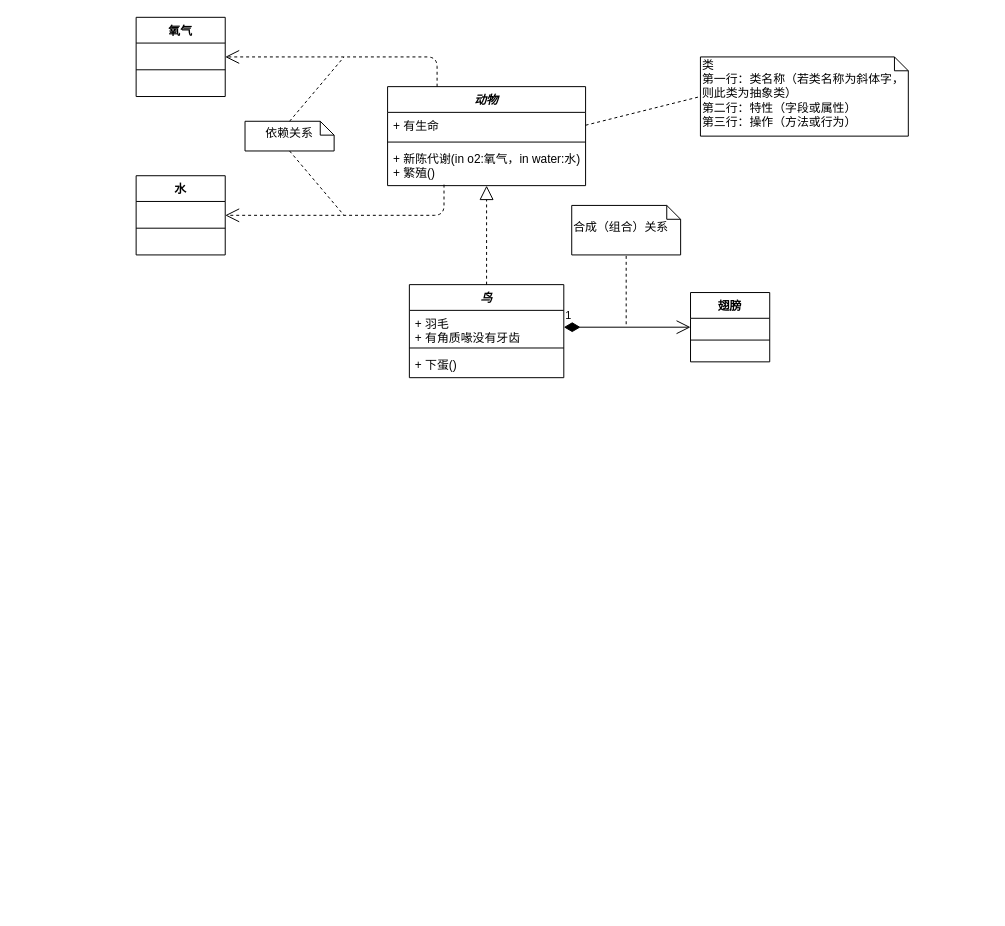
Earlier version of the draw.io diagram UML类图图示样例.drawio (HysenChan/DrawDiagram). Source tidied: cells renumbered, new cells numbered last; positions are measured from the earlier drawing's top-left corner, leaving out a move shared by most shapes. Both pictures are drawn from the tidied source at 99%, with x=0, y=0 at pixel (136, 17).
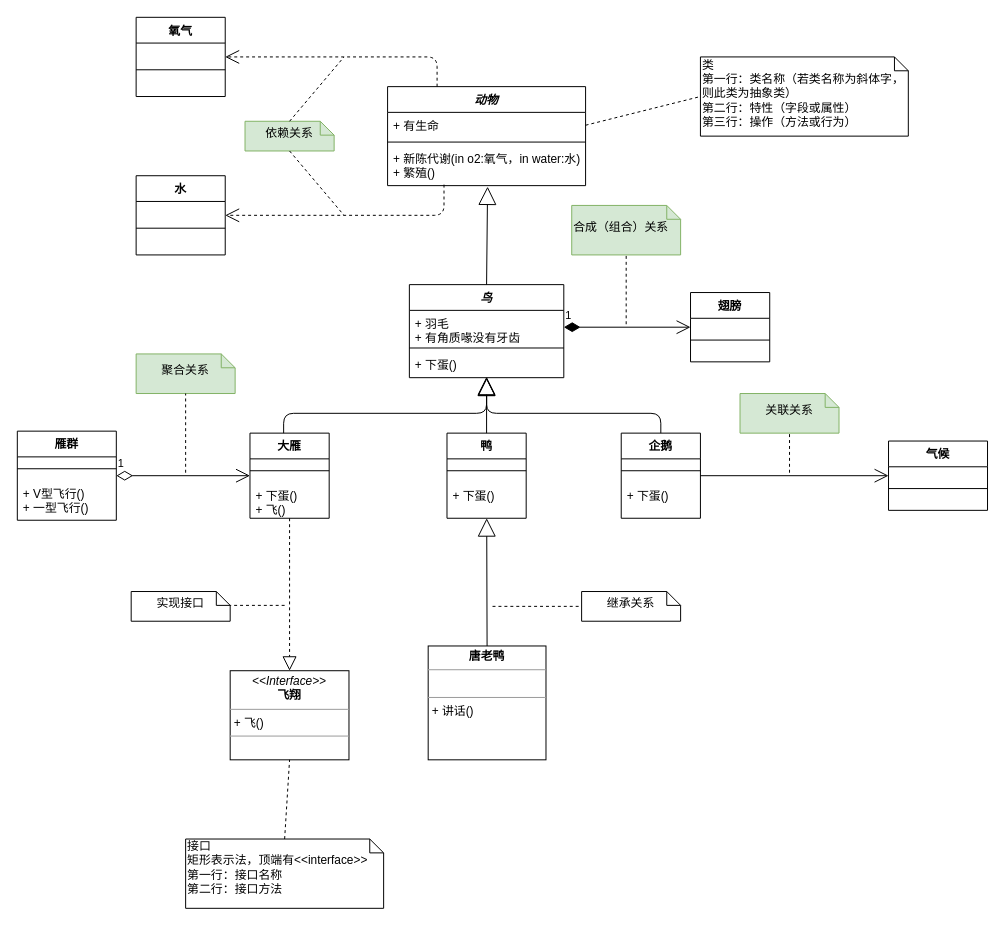
Above is the later version.

Commit message (it also covers changes not shown here):
更新UML类图图示样例.drawio

Unchanged cells that the change refers to:
```xml
<mxCell id="5" value="+ 新陈代谢(in o2:氧气，in water:水)&#10;+ 繁殖()" style="text;strokeColor=none;fillColor=none;align=left;verticalAlign=top;spacingLeft=4;spacingRight=4;overflow=hidden;points=[[0,0.5],[1,0.5]];portConstraint=eastwest;" parent="2" vertex="1">
  <mxGeometry y="60" width="200" height="40" as="geometry" />
</mxCell>
<mxCell id="17" value="鸟" style="swimlane;fontStyle=3;align=center;verticalAlign=top;horizontal=1;startSize=26;" parent="1" vertex="1">
  <mxGeometry x="276" y="270" width="156" height="94" as="geometry" />
</mxCell>
<mxCell id="20" value="+ 下蛋()" style="text;strokeColor=none;fillColor=none;align=left;verticalAlign=top;spacingLeft=4;spacingRight=4;overflow=hidden;points=[[0,0.5],[1,0.5]];portConstraint=eastwest;" parent="17" vertex="1">
  <mxGeometry y="68" width="156" height="26" as="geometry" />
</mxCell>
```

What changed in the source:
```diff
@@
-    <mxCell id="12" value="依赖关系" style="shape=note;whiteSpace=wrap;html=1;size=14;verticalAlign=middle;align=center;spacingTop=-6;" parent="1" vertex="1">
+    <mxCell id="12" value="依赖关系" style="shape=note;whiteSpace=wrap;html=1;size=14;verticalAlign=middle;align=center;spacingTop=-6;fillColor=#d5e8d4;strokeColor=#82b366;" parent="1" vertex="1">
       <mxGeometry x="110" y="105" width="90" height="30" as="geometry" />
     </mxCell>
@@
-    <mxCell id="21" style="endArrow=block;dashed=1;endFill=0;endSize=12;html=1;entryX=0.5;entryY=1;entryDx=0;entryDy=0;entryPerimeter=0;exitX=0.5;exitY=0;exitDx=0;exitDy=0;" parent="1" edge="1" source="17" target="5">
-      <mxGeometry relative="1" as="geometry" />
-    </mxCell>
@@
-    <mxCell id="25" value="合成（组合）关系" style="shape=note;whiteSpace=wrap;html=1;size=14;verticalAlign=middle;align=left;spacingTop=-6;" parent="1" vertex="1">
+    <mxCell id="25" value="合成（组合）关系" style="shape=note;whiteSpace=wrap;html=1;size=14;verticalAlign=middle;align=left;spacingTop=-6;fillColor=#d5e8d4;strokeColor=#82b366;" parent="1" vertex="1">
       <mxGeometry x="440" y="190" width="110" height="50" as="geometry" />
     </mxCell>
@@
+    <mxCell id="27" value="大雁" style="swimlane;fontStyle=1;align=center;verticalAlign=top;horizontal=1;startSize=26;" parent="1" vertex="1">
+      <mxGeometry x="115" y="420" width="80" height="86" as="geometry" />
+    </mxCell>
+    <mxCell id="28" style="line;strokeWidth=1;fillColor=none;align=left;verticalAlign=middle;spacingTop=-1;spacingLeft=3;spacingRight=3;labelPosition=right;" parent="27" vertex="1">
+      <mxGeometry y="26" width="80" height="24" as="geometry" />
+    </mxCell>
+    <mxCell id="29" value="+ 下蛋()&#10;+ 飞()" style="text;strokeColor=none;fillColor=none;align=left;verticalAlign=top;spacingLeft=4;spacingRight=4;overflow=hidden;" parent="27" vertex="1">
+      <mxGeometry y="50" width="80" height="36" as="geometry" />
+    </mxCell>
+    <mxCell id="21" style="endArrow=block;endSize=16;endFill=0;html=1;entryX=0.505;entryY=1.025;entryDx=0;entryDy=0;entryPerimeter=0;exitX=0.5;exitY=0;exitDx=0;exitDy=0;" parent="1" edge="1" source="17" target="5">
+      <mxGeometry relative="1" as="geometry" />
+    </mxCell>
+    <mxCell id="30" style="endArrow=block;endSize=16;endFill=0;html=1;entryX=0.5;entryY=1;entryDx=0;entryDy=0;entryPerimeter=0;exitX=0.425;exitY=0;exitDx=0;exitDy=0;exitPerimeter=0;" parent="1" edge="1" source="27" target="20">
+      <mxGeometry relative="1" as="geometry">
+        <Array as="points">
+          <mxPoint x="149" y="400" />
+          <mxPoint x="354" y="400" />
+        </Array>
+      </mxGeometry>
+    </mxCell>
+    <mxCell id="31" value="鸭" style="swimlane;fontStyle=1;align=center;verticalAlign=top;horizontal=1;startSize=26;" parent="1" vertex="1">
+      <mxGeometry x="314" y="420" width="80" height="86" as="geometry" />
+    </mxCell>
+    <mxCell id="32" style="line;strokeWidth=1;fillColor=none;align=left;verticalAlign=middle;spacingTop=-1;spacingLeft=3;spacingRight=3;labelPosition=right;" parent="31" vertex="1">
+      <mxGeometry y="26" width="80" height="24" as="geometry" />
+    </mxCell>
+    <mxCell id="33" value="+ 下蛋()" style="text;strokeColor=none;fillColor=none;align=left;verticalAlign=top;spacingLeft=4;spacingRight=4;overflow=hidden;" parent="31" vertex="1">
+      <mxGeometry y="50" width="80" height="36" as="geometry" />
+    </mxCell>
+    <mxCell id="34" value="企鹅" style="swimlane;fontStyle=1;align=center;verticalAlign=top;horizontal=1;startSize=26;" parent="1" vertex="1">
+      <mxGeometry x="490" y="420" width="80" height="86" as="geometry" />
+    </mxCell>
+    <mxCell id="35" style="line;strokeWidth=1;fillColor=none;align=left;verticalAlign=middle;spacingTop=-1;spacingLeft=3;spacingRight=3;labelPosition=right;" parent="34" vertex="1">
+      <mxGeometry y="26" width="80" height="24" as="geometry" />
+    </mxCell>
+    <mxCell id="36" value="+ 下蛋()" style="text;strokeColor=none;fillColor=none;align=left;verticalAlign=top;spacingLeft=4;spacingRight=4;overflow=hidden;" parent="34" vertex="1">
+      <mxGeometry y="50" width="80" height="36" as="geometry" />
+    </mxCell>
+    <mxCell id="37" style="endArrow=block;endSize=16;endFill=0;html=1;entryX=0.5;entryY=0.962;entryDx=0;entryDy=0;entryPerimeter=0;exitX=0.5;exitY=0;exitDx=0;exitDy=0;" parent="1" edge="1" source="31" target="20">
+      <mxGeometry relative="1" as="geometry" />
+    </mxCell>
+    <mxCell id="38" style="endArrow=block;endSize=16;endFill=0;html=1;exitX=0.5;exitY=0;exitDx=0;exitDy=0;" parent="1" edge="1" source="34" target="20">
+      <mxGeometry x="0.14" relative="1" as="geometry">
+        <Array as="points">
+          <mxPoint x="530" y="400" />
+          <mxPoint x="354" y="400" />
+        </Array>
+      </mxGeometry>
+    </mxCell>
+    <mxCell id="39" value="气候" style="swimlane;fontStyle=1;align=center;verticalAlign=top;horizontal=1;startSize=26;" parent="1" vertex="1">
+      <mxGeometry x="760" y="428" width="100" height="70" as="geometry" />
+    </mxCell>
+    <mxCell id="40" style="line;strokeWidth=1;fillColor=none;align=left;verticalAlign=middle;spacingTop=-1;spacingLeft=3;spacingRight=3;labelPosition=right;" parent="39" vertex="1">
+      <mxGeometry y="26" width="100" height="44" as="geometry" />
+    </mxCell>
+    <mxCell id="41" value="关联关系" style="shape=note;whiteSpace=wrap;html=1;size=14;verticalAlign=middle;align=center;spacingTop=-6;fillColor=#d5e8d4;strokeColor=#82b366;" parent="1" vertex="1">
+      <mxGeometry x="610" y="380" width="100" height="40" as="geometry" />
+    </mxCell>
+    <mxCell id="42" style="endArrow=none;dashed=1;html=1;entryX=0.5;entryY=1;entryDx=0;entryDy=0;entryPerimeter=0;" parent="1" edge="1" target="41">
+      <mxGeometry relative="1" as="geometry">
+        <mxPoint x="660" y="460" as="sourcePoint" />
+      </mxGeometry>
+    </mxCell>
+    <mxCell id="43" value="雁群" style="swimlane;fontStyle=1;align=center;verticalAlign=top;horizontal=1;startSize=26;" parent="1" vertex="1">
+      <mxGeometry x="-120" y="418" width="100" height="90" as="geometry" />
+    </mxCell>
+    <mxCell id="44" style="line;strokeWidth=1;fillColor=none;align=left;verticalAlign=middle;spacingTop=-1;spacingLeft=3;spacingRight=3;labelPosition=right;" parent="43" vertex="1">
+      <mxGeometry y="26" width="100" height="24" as="geometry" />
+    </mxCell>
+    <mxCell id="45" value="+ V型飞行()&#10;+ 一型飞行()" style="text;strokeColor=none;fillColor=none;align=left;verticalAlign=top;spacingLeft=4;spacingRight=4;overflow=hidden;" parent="43" vertex="1">
+      <mxGeometry y="50" width="100" height="40" as="geometry" />
+    </mxCell>
+    <mxCell id="46" value="1" style="endArrow=open;html=1;endSize=12;startArrow=diamondThin;startSize=14;startFill=0;edgeStyle=orthogonalEdgeStyle;align=left;verticalAlign=bottom;" parent="1" edge="1" source="43" target="27">
+      <mxGeometry x="-1" y="3" relative="1" as="geometry" />
+    </mxCell>
+    <mxCell id="47" value="聚合关系" style="shape=note;whiteSpace=wrap;html=1;size=14;verticalAlign=middle;align=center;spacingTop=-6;fillColor=#d5e8d4;strokeColor=#82b366;" parent="1" vertex="1">
+      <mxGeometry y="340" width="100" height="40" as="geometry" />
+    </mxCell>
+    <mxCell id="48" style="endArrow=none;dashed=1;html=1;entryX=0.5;entryY=1;entryDx=0;entryDy=0;entryPerimeter=0;" parent="1" edge="1" target="47">
+      <mxGeometry relative="1" as="geometry">
+        <mxPoint x="50" y="460" as="sourcePoint" />
+      </mxGeometry>
+    </mxCell>
+    <mxCell id="49" value="&lt;p style=&quot;margin: 0px ; margin-top: 4px ; text-align: center&quot;&gt;&lt;i&gt;&amp;lt;&amp;lt;Interface&amp;gt;&amp;gt;&lt;/i&gt;&lt;br&gt;&lt;b&gt;飞翔&lt;/b&gt;&lt;/p&gt;&lt;hr size=&quot;1&quot;&gt;&lt;p style=&quot;margin: 0px ; margin-left: 4px&quot;&gt;+ 飞()&lt;br&gt;&lt;/p&gt;&lt;hr size=&quot;1&quot;&gt;&lt;p style=&quot;margin: 0px ; margin-left: 4px&quot;&gt;&lt;br&gt;&lt;/p&gt;" style="verticalAlign=top;align=left;overflow=fill;fontSize=12;fontFamily=Helvetica;html=1;" parent="1" vertex="1">
+      <mxGeometry x="95" y="660" width="120" height="90" as="geometry" />
+    </mxCell>
+    <mxCell id="50" style="endArrow=open;endFill=1;endSize=12;html=1;entryX=0;entryY=0.5;entryDx=0;entryDy=0;exitX=1;exitY=0.5;exitDx=0;exitDy=0;" parent="1" edge="1" source="34" target="39">
+      <mxGeometry relative="1" as="geometry" />
+    </mxCell>
+    <mxCell id="51" style="endArrow=block;dashed=1;endFill=0;endSize=12;html=1;entryX=0.5;entryY=0;entryDx=0;entryDy=0;" parent="1" edge="1" source="27" target="49">
+      <mxGeometry relative="1" as="geometry" />
+    </mxCell>
+    <mxCell id="52" value="实现接口" style="shape=note;whiteSpace=wrap;html=1;size=14;verticalAlign=middle;align=center;spacingTop=-6;" parent="1" vertex="1">
+      <mxGeometry x="-5" y="580" width="100" height="30" as="geometry" />
+    </mxCell>
+    <mxCell id="53" style="endArrow=none;dashed=1;html=1;entryX=0;entryY=0;entryDx=100;entryDy=14;entryPerimeter=0;" parent="1" edge="1" target="52">
+      <mxGeometry relative="1" as="geometry">
+        <mxPoint x="150" y="594" as="sourcePoint" />
+      </mxGeometry>
+    </mxCell>
+    <mxCell id="54" value="&lt;p style=&quot;margin: 0px ; margin-top: 4px ; text-align: center&quot;&gt;&lt;b&gt;唐老鸭&lt;/b&gt;&lt;/p&gt;&lt;hr size=&quot;1&quot;&gt;&lt;p style=&quot;margin: 0px ; margin-left: 4px&quot;&gt;&lt;br&gt;&lt;/p&gt;&lt;hr size=&quot;1&quot;&gt;&lt;p style=&quot;margin: 0px ; margin-left: 4px&quot;&gt;+ 讲话()&lt;/p&gt;" style="verticalAlign=top;align=left;overflow=fill;fontSize=12;fontFamily=Helvetica;html=1;" parent="1" vertex="1">
+      <mxGeometry x="295" y="635" width="119" height="115" as="geometry" />
+    </mxCell>
+    <mxCell id="55" style="endArrow=block;endSize=16;endFill=0;html=1;exitX=0.5;exitY=0;exitDx=0;exitDy=0;" parent="1" edge="1" source="54" target="31">
+      <mxGeometry relative="1" as="geometry" />
+    </mxCell>
+    <mxCell id="56" value="继承关系" style="shape=note;whiteSpace=wrap;html=1;size=14;verticalAlign=middle;align=center;spacingTop=-6;" parent="1" vertex="1">
+      <mxGeometry x="450" y="580" width="100" height="30" as="geometry" />
+    </mxCell>
+    <mxCell id="57" style="endArrow=none;dashed=1;html=1;entryX=0;entryY=0.5;entryDx=0;entryDy=0;entryPerimeter=0;" parent="1" edge="1" target="56">
+      <mxGeometry relative="1" as="geometry">
+        <mxPoint x="360" y="595" as="sourcePoint" />
+      </mxGeometry>
+    </mxCell>
+    <mxCell id="58" value="接口&lt;br&gt;矩形表示法，顶端有&amp;lt;&amp;lt;interface&amp;gt;&amp;gt;&lt;br&gt;第一行：接口名称&lt;br&gt;第二行：接口方法" style="shape=note;whiteSpace=wrap;html=1;size=14;verticalAlign=top;align=left;spacingTop=-6;" parent="1" vertex="1">
+      <mxGeometry x="50" y="830" width="200" height="70" as="geometry" />
+    </mxCell>
+    <mxCell id="59" style="endArrow=none;dashed=1;html=1;entryX=0.5;entryY=1;entryDx=0;entryDy=0;exitX=0.5;exitY=0;exitDx=0;exitDy=0;exitPerimeter=0;" parent="1" edge="1" source="58" target="49">
+      <mxGeometry relative="1" as="geometry" />
+    </mxCell>
```
